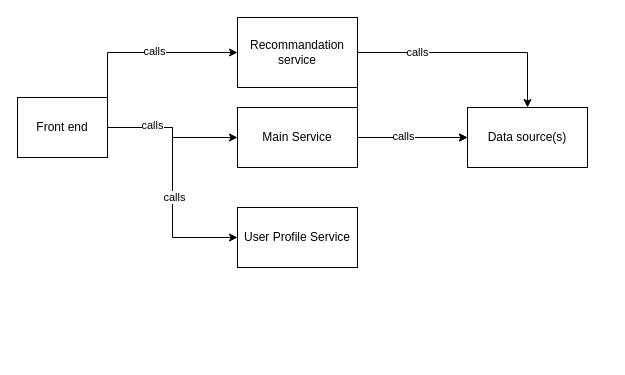
This is docs/diag.drawio from chisadaniel/bidar, a draw.io file, before an edit. Source tidied: cells renumbered, new cells numbered last; positions are measured from the earlier drawing's top-left corner, leaving out a move shared by most shapes. Both pictures are drawn from the tidied source at 100%, with x=0, y=0 at pixel (17, 17).
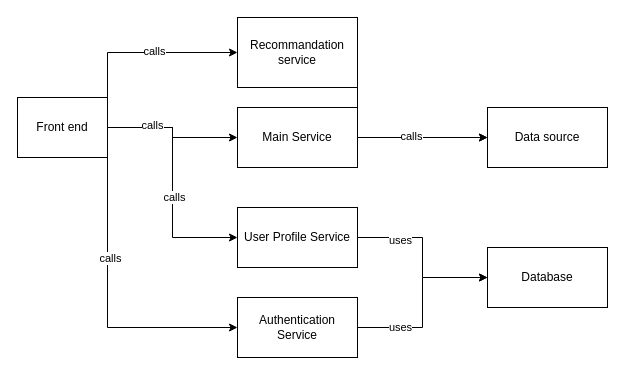
Above is the later version.

Commit message (it also covers changes not shown here):
uml sequence diagram added and updated the old diagram

The change refers to these unchanged cells:
```xml
<mxCell id="8" value="Front end" style="rounded=0;whiteSpace=wrap;html=1;" parent="1" vertex="1">
  <mxGeometry y="80" width="90" height="60" as="geometry" />
</mxCell>
<mxCell id="12" value="Recommandation service" style="rounded=0;whiteSpace=wrap;html=1;" parent="1" vertex="1">
  <mxGeometry x="220" width="120" height="70" as="geometry" />
</mxCell>
<mxCell id="16" value="User Profile Service" style="rounded=0;whiteSpace=wrap;html=1;" parent="1" vertex="1">
  <mxGeometry x="220" y="190" width="120" height="60" as="geometry" />
</mxCell>
```

Change to the diagram source:
```diff
@@
+    <mxCell id="18" style="edgeStyle=orthogonalEdgeStyle;rounded=0;jettySize=auto;html=1;exitX=1;exitY=1;exitDx=0;exitDy=0;entryX=0;entryY=0.5;entryDx=0;entryDy=0;" parent="1" edge="1" source="8" target="23">
+      <mxGeometry relative="1" as="geometry" />
+    </mxCell>
+    <mxCell id="11" value="calls" style="edgeLabel;html=1;align=center;verticalAlign=middle;" parent="18" vertex="1">
+      <mxGeometry x="-0.33" y="2" relative="1" as="geometry" />
+    </mxCell>
@@
-    <mxCell id="10" style="edgeStyle=orthogonalEdgeStyle;rounded=0;jettySize=auto;html=1;entryX=0.5;entryY=0;entryDx=0;entryDy=0;" parent="1" edge="1" source="12" target="17">
-      <mxGeometry relative="1" as="geometry" />
-    </mxCell>
-    <mxCell id="11" value="calls" style="edgeLabel;html=1;align=center;verticalAlign=middle;" parent="10" vertex="1">
-      <mxGeometry x="-0.48" y="1" relative="1" as="geometry" />
-    </mxCell>
@@
+    <mxCell id="19" style="edgeStyle=orthogonalEdgeStyle;rounded=0;jettySize=auto;html=1;exitX=1;exitY=0.5;exitDx=0;exitDy=0;entryX=0;entryY=0.5;entryDx=0;entryDy=0;" parent="1" edge="1" source="16" target="24">
+      <mxGeometry relative="1" as="geometry" />
+    </mxCell>
+    <mxCell id="20" value="uses" style="edgeLabel;html=1;align=center;verticalAlign=middle;" parent="19" vertex="1">
+      <mxGeometry x="-0.51" y="-2" relative="1" as="geometry" />
+    </mxCell>
@@
-    <mxCell id="17" value="Data source(s)" style="rounded=0;whiteSpace=wrap;html=1;" parent="1" vertex="1">
-      <mxGeometry x="450" y="90" width="120" height="60" as="geometry" />
+    <mxCell id="17" value="Data source" style="rounded=0;whiteSpace=wrap;html=1;" parent="1" vertex="1">
+      <mxGeometry x="470" y="90" width="120" height="60" as="geometry" />
     </mxCell>
+    <mxCell id="21" style="edgeStyle=orthogonalEdgeStyle;rounded=0;jettySize=auto;html=1;exitX=1;exitY=0.5;exitDx=0;exitDy=0;entryX=0;entryY=0.5;entryDx=0;entryDy=0;" parent="1" edge="1" source="23" target="24">
+      <mxGeometry relative="1" as="geometry" />
+    </mxCell>
+    <mxCell id="22" value="uses" style="edgeLabel;html=1;align=center;verticalAlign=middle;" parent="21" vertex="1">
+      <mxGeometry x="-0.53" y="1" relative="1" as="geometry" />
+    </mxCell>
+    <mxCell id="23" value="Authentication Service" style="rounded=0;whiteSpace=wrap;html=1;" parent="1" vertex="1">
+      <mxGeometry x="220" y="280" width="120" height="60" as="geometry" />
+    </mxCell>
+    <mxCell id="24" value="Database" style="rounded=0;whiteSpace=wrap;html=1;" parent="1" vertex="1">
+      <mxGeometry x="470" y="230" width="120" height="60" as="geometry" />
+    </mxCell>
```
